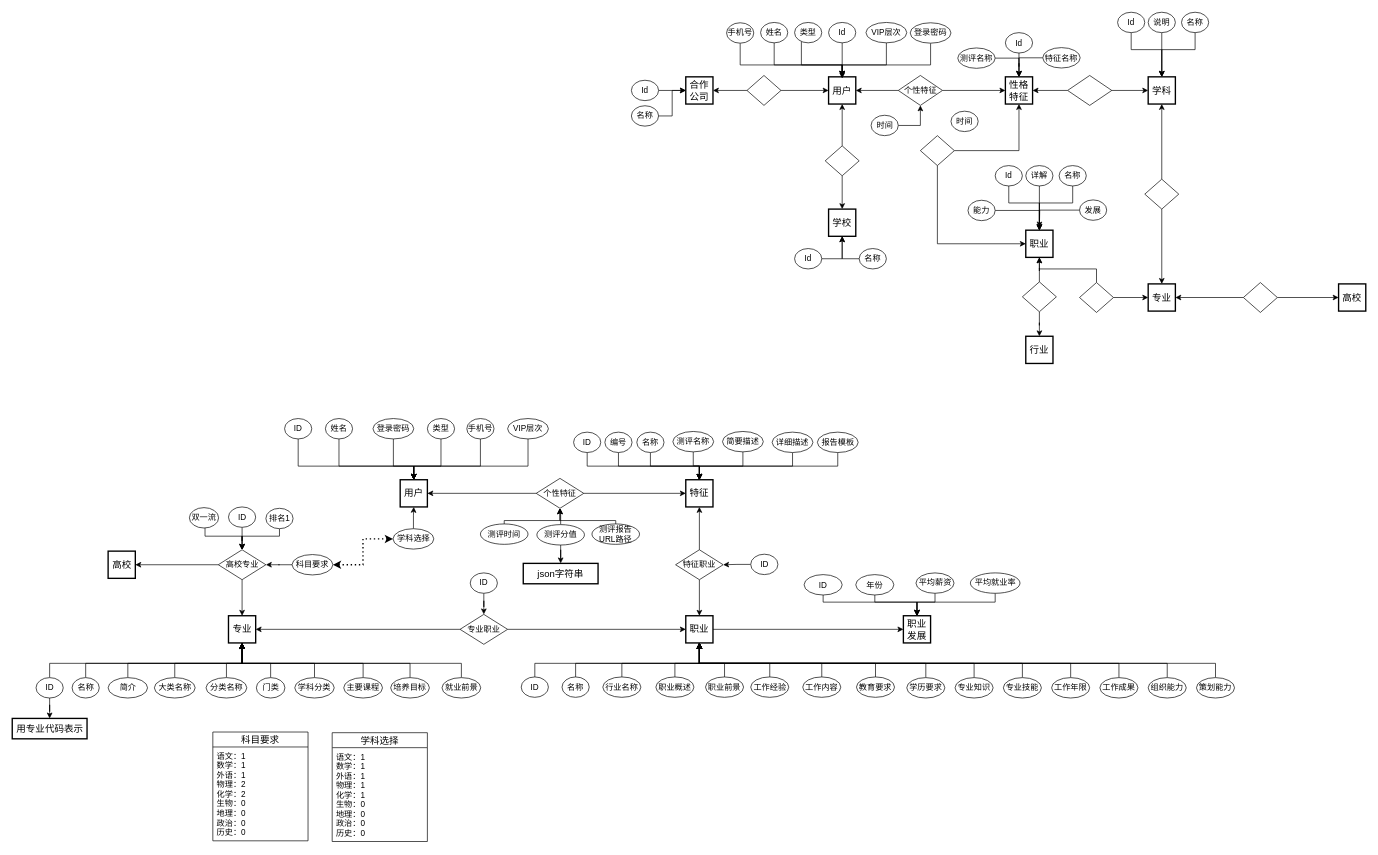
lry198010/ACES keeps this draw.io diagram as ER.drawio. Above is the earlier version. Source tidied: cells renumbered, new cells numbered last; positions are measured from the earlier drawing's top-left corner, leaving out a move shared by most shapes. Both pictures are drawn from the tidied source at 68%, with x=0, y=0 at pixel (12, 12).
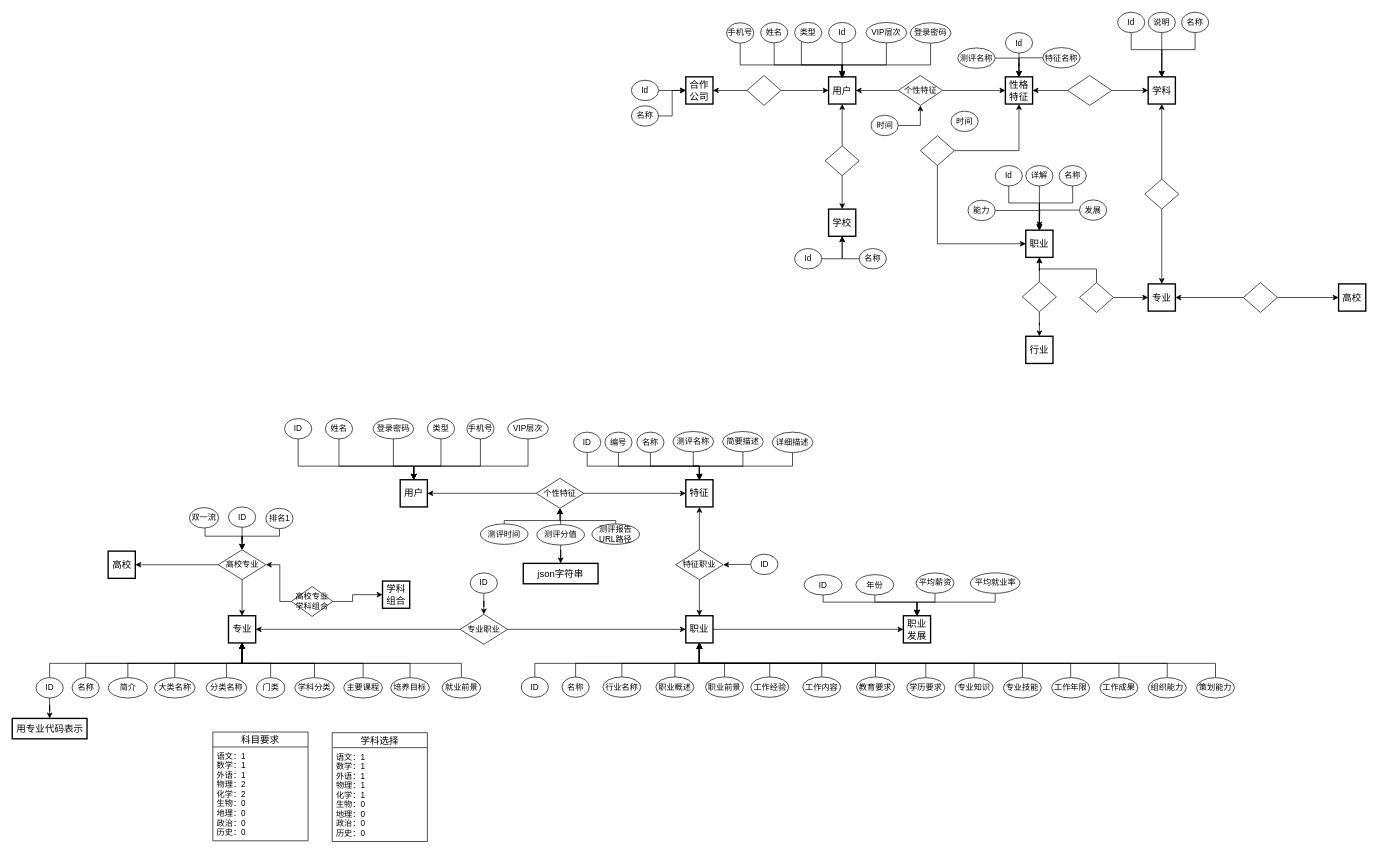
Above is the later version.

The change refers to these unchanged cells:
```xml
<mxCell id="86" value="特征" style="strokeWidth=2;whiteSpace=wrap;html=1;align=center;fontSize=14;" parent="1" vertex="1">
  <mxGeometry x="990" y="688" width="40" height="40" as="geometry" />
</mxCell>
<mxCell id="102" value="用户" style="strokeWidth=2;whiteSpace=wrap;html=1;align=center;fontSize=14;" parent="1" vertex="1">
  <mxGeometry x="570" y="688" width="40" height="40" as="geometry" />
</mxCell>
<mxCell id="176" value="高校专业" style="rhombus;whiteSpace=wrap;html=1;" parent="1" vertex="1">
  <mxGeometry x="302.5" y="791" width="70" height="44" as="geometry" />
</mxCell>
```

What changed in the source:
```diff
@@
-    <mxCell id="99" style="edgeStyle=orthogonalEdgeStyle;rounded=0;jettySize=auto;html=1;entryX=0.5;entryY=0;entryDx=0;entryDy=0;" parent="1" edge="1" source="100" target="86">
-      <mxGeometry relative="1" as="geometry">
-        <Array as="points">
-          <mxPoint x="1214" y="668" />
-          <mxPoint x="1010" y="668" />
-        </Array>
-      </mxGeometry>
-    </mxCell>
-    <mxCell id="100" value="报告模板" style="ellipse;whiteSpace=wrap;html=1;" parent="1" vertex="1">
-      <mxGeometry x="1183.5" y="618" width="60" height="30" as="geometry" />
-    </mxCell>
@@
-    <mxCell id="185" style="edgeStyle=orthogonalEdgeStyle;rounded=0;jettySize=auto;html=1;entryX=1;entryY=0.5;entryDx=0;entryDy=0;" parent="1" edge="1" source="187" target="176">
-      <mxGeometry relative="1" as="geometry" />
-    </mxCell>
-    <mxCell id="186" style="edgeStyle=orthogonalEdgeStyle;rounded=0;jettySize=auto;html=1;entryX=0;entryY=0.5;entryDx=0;entryDy=0;dashed=1;dashPattern=1 2;strokeWidth=2;startArrow=classic;startFill=1;" parent="1" edge="1" source="187" target="191">
-      <mxGeometry relative="1" as="geometry" />
-    </mxCell>
-    <mxCell id="187" value="科目要求" style="ellipse;whiteSpace=wrap;html=1;" parent="1" vertex="1">
-      <mxGeometry x="411" y="798" width="60" height="30" as="geometry" />
-    </mxCell>
@@
-    <mxCell id="190" style="edgeStyle=orthogonalEdgeStyle;rounded=0;jettySize=auto;html=1;entryX=0.5;entryY=1;entryDx=0;entryDy=0;" parent="1" edge="1" source="191" target="102">
-      <mxGeometry relative="1" as="geometry" />
-    </mxCell>
-    <mxCell id="191" value="学科选择" style="ellipse;whiteSpace=wrap;html=1;" parent="1" vertex="1">
-      <mxGeometry x="559.5" y="760" width="60" height="30" as="geometry" />
-    </mxCell>
@@
+    <mxCell id="216" value="学科组合" style="strokeWidth=2;whiteSpace=wrap;html=1;align=center;fontSize=14;" parent="1" vertex="1">
+      <mxGeometry x="544" y="837" width="40" height="40" as="geometry" />
+    </mxCell>
+    <mxCell id="217" style="edgeStyle=orthogonalEdgeStyle;rounded=0;jettySize=auto;html=1;entryX=1;entryY=0.5;entryDx=0;entryDy=0;" parent="1" edge="1" source="219" target="176">
+      <mxGeometry relative="1" as="geometry">
+        <Array as="points">
+          <mxPoint x="393" y="867" />
+          <mxPoint x="393" y="813" />
+        </Array>
+      </mxGeometry>
+    </mxCell>
+    <mxCell id="218" style="edgeStyle=orthogonalEdgeStyle;rounded=0;jettySize=auto;html=1;entryX=0;entryY=0.5;entryDx=0;entryDy=0;" parent="1" edge="1" source="219" target="216">
+      <mxGeometry relative="1" as="geometry">
+        <Array as="points">
+          <mxPoint x="500" y="867" />
+          <mxPoint x="500" y="857" />
+        </Array>
+      </mxGeometry>
+    </mxCell>
+    <mxCell id="219" value="高校专业学科组合" style="rhombus;whiteSpace=wrap;html=1;" parent="1" vertex="1">
+      <mxGeometry x="410" y="845" width="61" height="44" as="geometry" />
+    </mxCell>
```
